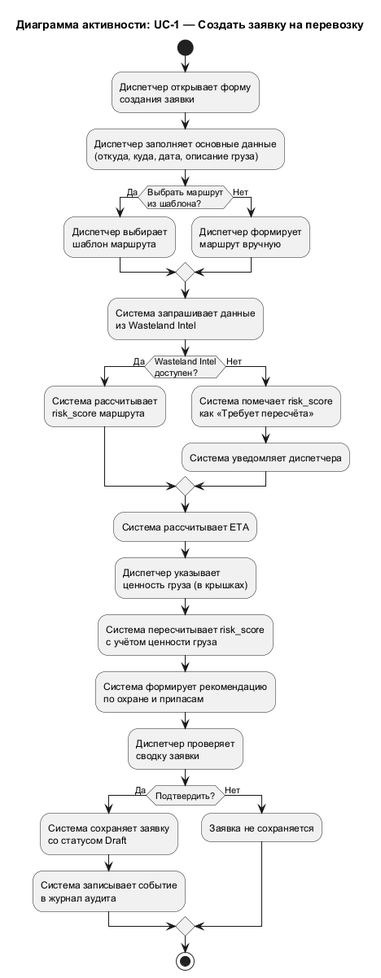
The PlantUML diagram docs/diagrams/out/UC_1_Activity.png in granikartem/MPI, before a commit. Source of this version:
```plantuml
@startuml UC_1_Activity
title Диаграмма активности: UC-1 — Создать заявку на перевозку

start

:Диспетчер открывает форму
создания заявки;

:Диспетчер заполняет основные данные
(откуда, куда, дата, описание груза);

if (Выбрать маршрут\nиз шаблона?) then (Да)
  :Диспетчер выбирает
  шаблон маршрута;
else (Нет)
  :Диспетчер формирует
  маршрут вручную;
endif

:Система запрашивает данные
из Wasteland Intel;

if (Wasteland Intel\nдоступен?) then (Да)
  :Система рассчитывает
  risk_score маршрута;
else (Нет)
  :Система помечает risk_score
  как «Требует пересчёта»;
  :Система уведомляет диспетчера;
endif

:Система рассчитывает ETA;

:Диспетчер указывает
ценность груза (в крышках);

:Система пересчитывает risk_score
с учётом ценности груза;

:Система формирует рекомендацию
по охране и припасам;

:Диспетчер проверяет
сводку заявки;

if (Подтвердить?) then (Да)
  :Система сохраняет заявку
  со статусом Draft;
  :Система записывает событие
  в журнал аудита;
else (Нет)
  :Заявка не сохраняется;
endif

stop

@enduml
```
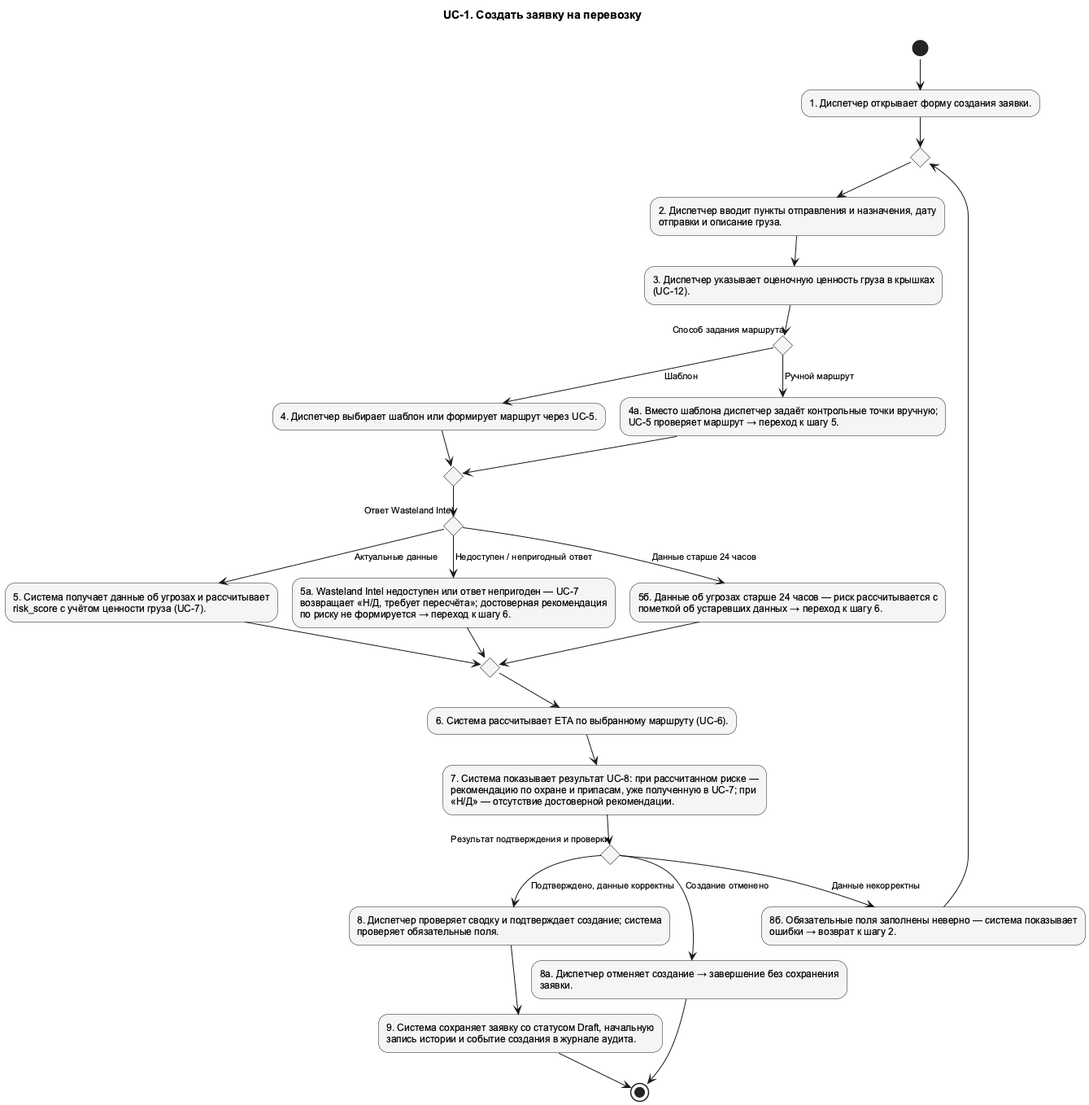
After the change.

What changed in the source:
```diff
@@ -1,57 +1,47 @@
 @startuml UC_1_Activity
-title Диаграмма активности: UC-1 — Создать заявку на перевозку
+!pragma layout smetana
+skinparam shadowing false
+skinparam defaultFontName Arial
+skinparam defaultFontSize 12
+skinparam backgroundColor white
+skinparam nodesep 75
+skinparam ranksep 100
+skinparam ArrowFontSize 11
+skinparam usecaseBackgroundColor #F5F5F5
+skinparam activityBackgroundColor #F5F5F5
+top to bottom direction
+title UC-1. Создать заявку на перевозку
 
-start
-
-:Диспетчер открывает форму
-создания заявки;
-
-:Диспетчер заполняет основные данные
-(откуда, куда, дата, описание груза);
-
-if (Выбрать маршрут\nиз шаблона?) then (Да)
-  :Диспетчер выбирает
-  шаблон маршрута;
-else (Нет)
-  :Диспетчер формирует
-  маршрут вручную;
+(*) --> "1. Диспетчер открывает форму создания заявки." as n002
+n002 --> if "" as n020 then
 endif
-
-:Система запрашивает данные
-из Wasteland Intel;
-
-if (Wasteland Intel\nдоступен?) then (Да)
-  :Система рассчитывает
-  risk_score маршрута;
-else (Нет)
-  :Система помечает risk_score
-  как «Требует пересчёта»;
-  :Система уведомляет диспетчера;
+n020 --> "2. Диспетчер вводит пункты отправления и назначения, дату\nотправки и описание груза." as n003
+n003 --> "3. Диспетчер указывает оценочную ценность груза в крышках\n(UC-12)." as n004
+n004 --> if "Способ задания маршрута" as n012 then
 endif
-
-:Система рассчитывает ETA;
-
-:Диспетчер указывает
-ценность груза (в крышках);
-
-:Система пересчитывает risk_score
-с учётом ценности груза;
-
-:Система формирует рекомендацию
-по охране и припасам;
-
-:Диспетчер проверяет
-сводку заявки;
-
-if (Подтвердить?) then (Да)
-  :Система сохраняет заявку
-  со статусом Draft;
-  :Система записывает событие
-  в журнал аудита;
-else (Нет)
-  :Заявка не сохраняется;
+n012 -->[Шаблон] "4. Диспетчер выбирает шаблон или формирует маршрут через UC-5." as n005
+n005 --> if "" as n022 then
 endif
-
-stop
-
+n022 --> if "Ответ Wasteland Intel" as n014 then
+endif
+n014 -->[Актуальные данные] "5. Система получает данные об угрозах и рассчитывает\nrisk_score с учётом ценности груза (UC-7)." as n006
+n006 --> if "" as n021 then
+endif
+n021 --> "6. Система рассчитывает ETA по выбранному маршруту (UC-6)." as n007
+n007 --> "7. Система показывает результат UC-8: при рассчитанном риске —\nрекомендацию по охране и припасам, уже полученную в UC-7; при\n«Н/Д» — отсутствие достоверной рекомендации." as n008
+n008 --> if "Результат подтверждения и проверки" as n017 then
+endif
+n017 -->[Подтверждено, данные корректны] "8. Диспетчер проверяет сводку и подтверждает создание; система\nпроверяет обязательные поля." as n009
+n009 --> "9. Система сохраняет заявку со статусом Draft, начальную\nзапись истории и событие создания в журнале аудита." as n010
+n010 --> (*1)
+n017 -->[Создание отменено] "8а. Диспетчер отменяет создание → завершение без сохранения\nзаявки." as n018
+n018 --> (*1)
+n017 -->[Данные некорректны] "8б. Обязательные поля заполнены неверно — система показывает\nошибки → возврат к шагу 2." as n019
+n019 --> n020
+n014 -->[Недоступен / непригодный ответ] "5а. Wasteland Intel недоступен или ответ непригоден — UC-7\nвозвращает «Н/Д, требует пересчёта»; достоверная рекомендация\nпо риску не формируется → переход к шагу 6." as n015
+n015 --> n021
+n014 -->[Данные старше 24 часов] "5б. Данные об угрозах старше 24 часов — риск рассчитывается с\nпометкой об устаревших данных → переход к шагу 6." as n016
+n016 --> n021
+n012 -->[Ручной маршрут] "4а. Вместо шаблона диспетчер задаёт контрольные точки вручную;\nUC-5 проверяет маршрут → переход к шагу 5." as n013
+n013 --> n022
 @enduml
```
